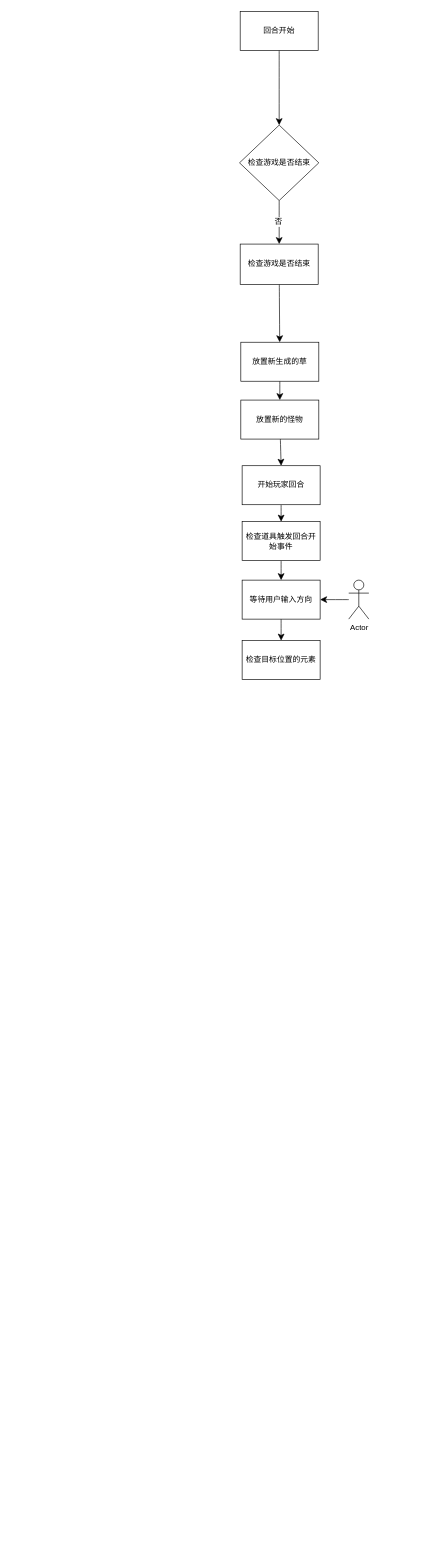
Above: files/round.drawio in yulihzn/drawio (draw.io), before the change. Source tidied: cells renumbered, new cells numbered last; positions are measured from the earlier drawing's top-left corner, leaving out a move shared by most shapes. Both pictures are drawn from the tidied source at 65%, with x=0, y=0 at pixel (239, 11).
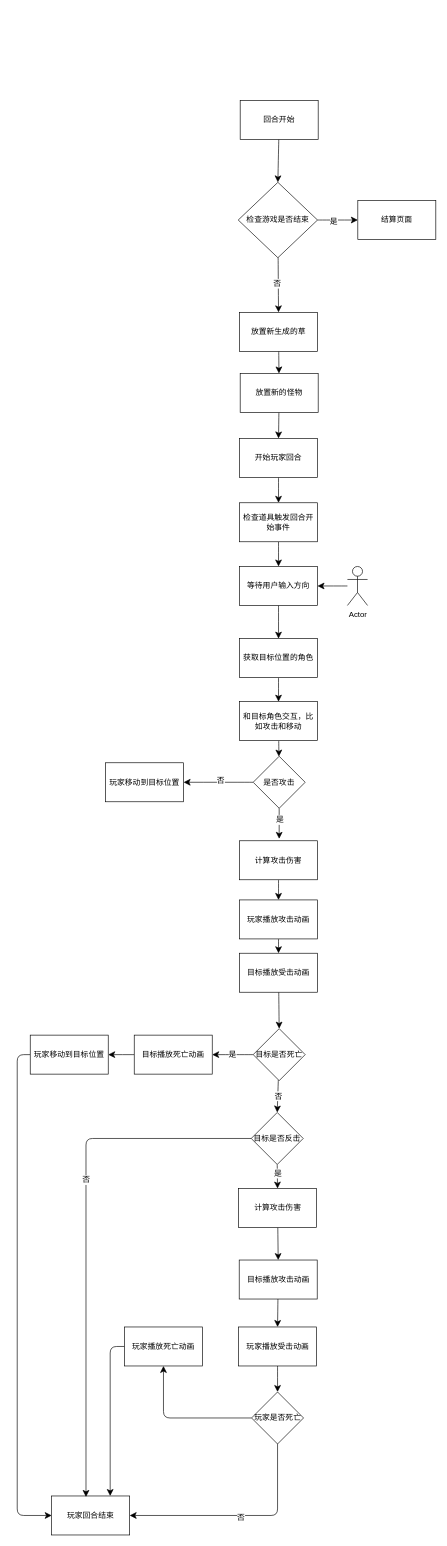
Above is the later version.

What changed in the source:
```diff
@@
     <mxCell id="3" value="回合开始" style="whiteSpace=wrap;html=1;" parent="1" vertex="1">
-      <mxGeometry x="1" width="120" height="60" as="geometry" />
+      <mxGeometry x="1" y="137" width="120" height="60" as="geometry" />
     </mxCell>
-    <mxCell id="4" style="edgeStyle=none;curved=1;rounded=0;jettySize=auto;html=1;fontSize=12;startSize=8;endSize=8;" parent="1" edge="1" source="5" target="7">
-      <mxGeometry relative="1" as="geometry" />
-    </mxCell>
-    <mxCell id="5" value="检查游戏是否结束" style="whiteSpace=wrap;html=1;" parent="1" vertex="1">
-      <mxGeometry x="1" y="358" width="120" height="62" as="geometry" />
-    </mxCell>
@@
     <mxCell id="7" value="放置新生成的草" style="whiteSpace=wrap;html=1;" parent="1" vertex="1">
-      <mxGeometry x="2" y="509" width="120" height="60" as="geometry" />
+      <mxGeometry y="463" width="120" height="60" as="geometry" />
     </mxCell>
@@
     <mxCell id="9" value="放置新的怪物" style="whiteSpace=wrap;html=1;" parent="1" vertex="1">
-      <mxGeometry x="2" y="598" width="120" height="60" as="geometry" />
+      <mxGeometry x="1" y="557" width="120" height="60" as="geometry" />
     </mxCell>
-    <mxCell id="10" style="edgeStyle=none;curved=1;rounded=0;jettySize=auto;html=1;entryX=0.5;entryY=0;entryDx=0;entryDy=0;fontSize=12;startSize=8;endSize=8;" parent="1" edge="1" source="12" target="5">
+    <mxCell id="10" style="edgeStyle=none;curved=1;rounded=0;jettySize=auto;html=1;entryX=0.5;entryY=0;entryDx=0;entryDy=0;fontSize=12;startSize=8;endSize=8;" parent="1" edge="1" source="12" target="7">
       <mxGeometry relative="1" as="geometry" />
     </mxCell>
@@
+    <mxCell id="22" style="edgeStyle=none;curved=1;rounded=0;jettySize=auto;html=1;fontSize=12;startSize=8;endSize=8;entryX=0;entryY=0.5;entryDx=0;entryDy=0;" parent="1" edge="1" source="12" target="25">
+      <mxGeometry relative="1" as="geometry" />
+    </mxCell>
+    <mxCell id="23" value="是" style="edgeLabel;html=1;align=center;verticalAlign=middle;fontSize=12;" parent="22" vertex="1">
+      <mxGeometry x="-0.23" y="-2" relative="1" as="geometry" />
+    </mxCell>
     <mxCell id="12" value="检查游戏是否结束" style="rhombus;whiteSpace=wrap;html=1;" parent="1" vertex="1">
-      <mxGeometry y="175" width="122" height="116" as="geometry" />
+      <mxGeometry x="-2" y="263" width="122" height="116" as="geometry" />
     </mxCell>
@@
     <mxCell id="14" value="开始玩家回合" style="whiteSpace=wrap;html=1;" parent="1" vertex="1">
-      <mxGeometry x="4" y="699" width="120" height="60" as="geometry" />
+      <mxGeometry y="657" width="120" height="60" as="geometry" />
     </mxCell>
@@
     <mxCell id="16" value="检查道具触发回合开始事件" style="whiteSpace=wrap;html=1;" parent="1" vertex="1">
-      <mxGeometry x="4" y="785" width="120" height="60" as="geometry" />
+      <mxGeometry y="756" width="120" height="60" as="geometry" />
     </mxCell>
@@
     <mxCell id="18" value="等待用户输入方向" style="whiteSpace=wrap;html=1;" parent="1" vertex="1">
-      <mxGeometry x="4" y="875" width="120" height="60" as="geometry" />
+      <mxGeometry y="854" width="120" height="60" as="geometry" />
     </mxCell>
@@
     <mxCell id="20" value="Actor" style="shape=umlActor;verticalLabelPosition=bottom;verticalAlign=top;html=1;outlineConnect=0;" parent="1" vertex="1">
-      <mxGeometry x="168" y="875" width="31" height="60" as="geometry" />
+      <mxGeometry x="166" y="854" width="31" height="60" as="geometry" />
     </mxCell>
+    <mxCell id="24" style="edgeStyle=none;curved=1;rounded=0;jettySize=auto;html=1;fontSize=12;startSize=8;endSize=8;" parent="1" edge="1" source="21" target="27">
+      <mxGeometry relative="1" as="geometry" />
+    </mxCell>
-    <mxCell id="21" value="检查目标位置的元素" style="whiteSpace=wrap;html=1;" parent="1" vertex="1">
-      <mxGeometry x="4" y="968" width="120" height="60" as="geometry" />
+    <mxCell id="21" value="获取目标位置的角色" style="whiteSpace=wrap;html=1;" parent="1" vertex="1">
+      <mxGeometry y="965" width="120" height="60" as="geometry" />
     </mxCell>
+    <mxCell id="25" value="结算页面" style="rounded=0;whiteSpace=wrap;html=1;" parent="1" vertex="1">
+      <mxGeometry x="182" y="291" width="120" height="60" as="geometry" />
+    </mxCell>
+    <mxCell id="26" style="edgeStyle=none;curved=1;rounded=0;jettySize=auto;html=1;fontSize=12;startSize=8;endSize=8;" parent="1" edge="1" source="27" target="32">
+      <mxGeometry relative="1" as="geometry" />
+    </mxCell>
+    <mxCell id="27" value="和目标角色交互，比如攻击和移动" style="rounded=0;whiteSpace=wrap;html=1;" parent="1" vertex="1">
+      <mxGeometry y="1062" width="120" height="60" as="geometry" />
+    </mxCell>
+    <mxCell id="28" style="edgeStyle=none;curved=1;rounded=0;jettySize=auto;html=1;exitX=0.5;exitY=1;exitDx=0;exitDy=0;entryX=0.5;entryY=0;entryDx=0;entryDy=0;fontSize=12;startSize=8;endSize=8;" parent="1" edge="1" source="32">
+      <mxGeometry relative="1" as="geometry">
+        <mxPoint x="61" y="1273" as="targetPoint" />
+      </mxGeometry>
+    </mxCell>
+    <mxCell id="29" value="是" style="edgeLabel;html=1;align=center;verticalAlign=middle;fontSize=12;" parent="28" vertex="1">
+      <mxGeometry x="-0.27" relative="1" as="geometry" />
+    </mxCell>
+    <mxCell id="30" style="edgeStyle=none;curved=1;rounded=0;jettySize=auto;html=1;entryX=1;entryY=0.5;entryDx=0;entryDy=0;fontSize=12;startSize=8;endSize=8;" parent="1" edge="1" source="32" target="47">
+      <mxGeometry relative="1" as="geometry" />
+    </mxCell>
+    <mxCell id="31" value="否" style="edgeLabel;html=1;align=center;verticalAlign=middle;fontSize=12;" parent="30" vertex="1">
+      <mxGeometry x="-0.05" y="-3" relative="1" as="geometry" />
+    </mxCell>
+    <mxCell id="32" value="是否攻击" style="rhombus;whiteSpace=wrap;html=1;" parent="1" vertex="1">
+      <mxGeometry x="21" y="1146" width="80" height="80" as="geometry" />
+    </mxCell>
+    <mxCell id="33" value="是" style="edgeStyle=none;curved=1;rounded=0;jettySize=auto;html=1;entryX=1;entryY=0.5;entryDx=0;entryDy=0;fontSize=12;startSize=8;endSize=8;" parent="1" edge="1" source="36" target="38">
+      <mxGeometry relative="1" as="geometry" />
+    </mxCell>
+    <mxCell id="34" style="edgeStyle=none;curved=1;rounded=0;jettySize=auto;html=1;entryX=0.5;entryY=0;entryDx=0;entryDy=0;fontSize=12;startSize=8;endSize=8;" parent="1" edge="1" source="36" target="63">
+      <mxGeometry relative="1" as="geometry" />
+    </mxCell>
+    <mxCell id="35" value="否" style="edgeLabel;html=1;align=center;verticalAlign=middle;fontSize=12;" parent="34" vertex="1">
+      <mxGeometry x="-0.01" y="1" relative="1" as="geometry" />
+    </mxCell>
+    <mxCell id="36" value="目标是否死亡" style="rhombus;whiteSpace=wrap;html=1;" parent="1" vertex="1">
+      <mxGeometry x="21" y="1565" width="80" height="80" as="geometry" />
+    </mxCell>
+    <mxCell id="37" style="edgeStyle=none;curved=1;rounded=0;jettySize=auto;html=1;entryX=1;entryY=0.5;entryDx=0;entryDy=0;fontSize=12;startSize=8;endSize=8;" parent="1" edge="1" source="38" target="42">
+      <mxGeometry relative="1" as="geometry" />
+    </mxCell>
+    <mxCell id="38" value="目标播放死亡动画" style="rounded=0;whiteSpace=wrap;html=1;" parent="1" vertex="1">
+      <mxGeometry x="-162" y="1575" width="120" height="60" as="geometry" />
+    </mxCell>
+    <mxCell id="39" style="edgeStyle=none;curved=1;rounded=0;jettySize=auto;html=1;entryX=0.5;entryY=0;entryDx=0;entryDy=0;fontSize=12;startSize=8;endSize=8;" parent="1" edge="1" source="40" target="44">
+      <mxGeometry relative="1" as="geometry" />
+    </mxCell>
+    <mxCell id="40" value="计算攻击伤害" style="rounded=0;whiteSpace=wrap;html=1;" parent="1" vertex="1">
+      <mxGeometry y="1276" width="120" height="60" as="geometry" />
+    </mxCell>
+    <mxCell id="41" style="edgeStyle=orthogonalEdgeStyle;rounded=1;jettySize=auto;html=1;exitX=0;exitY=0.5;exitDx=0;exitDy=0;entryX=0;entryY=0.5;entryDx=0;entryDy=0;fontSize=12;startSize=8;endSize=8;curved=0;" parent="1" edge="1" source="42" target="62">
+      <mxGeometry relative="1" as="geometry" />
+    </mxCell>
+    <mxCell id="42" value="玩家移动到目标位置" style="rounded=0;whiteSpace=wrap;html=1;" parent="1" vertex="1">
+      <mxGeometry x="-322" y="1575" width="120" height="60" as="geometry" />
+    </mxCell>
+    <mxCell id="43" style="edgeStyle=none;curved=1;rounded=0;jettySize=auto;html=1;entryX=0.5;entryY=0;entryDx=0;entryDy=0;fontSize=12;startSize=8;endSize=8;" parent="1" edge="1" source="44" target="46">
+      <mxGeometry relative="1" as="geometry" />
+    </mxCell>
+    <mxCell id="44" value="玩家播放攻击动画" style="rounded=0;whiteSpace=wrap;html=1;" parent="1" vertex="1">
+      <mxGeometry y="1367" width="120" height="60" as="geometry" />
+    </mxCell>
+    <mxCell id="45" style="edgeStyle=none;curved=1;rounded=0;jettySize=auto;html=1;entryX=0.5;entryY=0;entryDx=0;entryDy=0;fontSize=12;startSize=8;endSize=8;" parent="1" edge="1" source="46" target="36">
+      <mxGeometry relative="1" as="geometry" />
+    </mxCell>
+    <mxCell id="46" value="目标播放受击动画" style="rounded=0;whiteSpace=wrap;html=1;" parent="1" vertex="1">
+      <mxGeometry y="1449" width="120" height="60" as="geometry" />
+    </mxCell>
+    <mxCell id="47" value="玩家移动到目标位置" style="rounded=0;whiteSpace=wrap;html=1;" parent="1" vertex="1">
+      <mxGeometry x="-206" y="1156" width="120" height="60" as="geometry" />
+    </mxCell>
+    <mxCell id="48" style="edgeStyle=none;curved=1;rounded=0;jettySize=auto;html=1;entryX=0.5;entryY=0;entryDx=0;entryDy=0;fontSize=12;startSize=8;endSize=8;exitX=0.5;exitY=1;exitDx=0;exitDy=0;" parent="1" edge="1" source="63" target="51">
+      <mxGeometry relative="1" as="geometry" />
+    </mxCell>
+    <mxCell id="49" value="是" style="edgeLabel;html=1;align=center;verticalAlign=middle;fontSize=12;" parent="48" vertex="1">
+      <mxGeometry x="-0.27" relative="1" as="geometry" />
+    </mxCell>
+    <mxCell id="50" style="edgeStyle=none;curved=1;rounded=0;jettySize=auto;html=1;entryX=0.5;entryY=0;entryDx=0;entryDy=0;fontSize=12;startSize=8;endSize=8;" parent="1" edge="1" source="51" target="53">
+      <mxGeometry relative="1" as="geometry" />
+    </mxCell>
+    <mxCell id="51" value="计算攻击伤害" style="rounded=0;whiteSpace=wrap;html=1;" parent="1" vertex="1">
+      <mxGeometry x="-1.5" y="1811" width="120" height="60" as="geometry" />
+    </mxCell>
+    <mxCell id="52" style="edgeStyle=none;curved=1;rounded=0;jettySize=auto;html=1;entryX=0.5;entryY=0;entryDx=0;entryDy=0;fontSize=12;startSize=8;endSize=8;" parent="1" edge="1" source="53" target="55">
+      <mxGeometry relative="1" as="geometry" />
+    </mxCell>
+    <mxCell id="53" value="目标播放攻击动画" style="rounded=0;whiteSpace=wrap;html=1;" parent="1" vertex="1">
+      <mxGeometry x="-0.5" y="1921" width="120" height="60" as="geometry" />
+    </mxCell>
+    <mxCell id="54" style="edgeStyle=none;curved=1;rounded=0;jettySize=auto;html=1;entryX=0.5;entryY=0;entryDx=0;entryDy=0;fontSize=12;startSize=8;endSize=8;" parent="1" edge="1" source="55" target="59">
+      <mxGeometry relative="1" as="geometry" />
+    </mxCell>
+    <mxCell id="55" value="玩家播放受击动画" style="rounded=0;whiteSpace=wrap;html=1;" parent="1" vertex="1">
+      <mxGeometry x="-1.5" y="2024" width="120" height="60" as="geometry" />
+    </mxCell>
+    <mxCell id="56" style="edgeStyle=orthogonalEdgeStyle;rounded=1;jettySize=auto;html=1;exitX=0.5;exitY=1;exitDx=0;exitDy=0;entryX=1;entryY=0.5;entryDx=0;entryDy=0;fontSize=12;startSize=8;endSize=8;curved=0;" parent="1" edge="1" source="59" target="62">
+      <mxGeometry relative="1" as="geometry" />
+    </mxCell>
+    <mxCell id="57" value="否" style="edgeLabel;html=1;align=center;verticalAlign=middle;fontSize=12;" parent="56" vertex="1">
+      <mxGeometry x="-0.01" y="2" relative="1" as="geometry" />
+    </mxCell>
+    <mxCell id="58" style="edgeStyle=orthogonalEdgeStyle;rounded=1;jettySize=auto;html=1;exitX=0;exitY=0.5;exitDx=0;exitDy=0;entryX=0.5;entryY=1;entryDx=0;entryDy=0;fontSize=12;startSize=8;endSize=8;" parent="1" edge="1" source="59" target="61">
+      <mxGeometry relative="1" as="geometry" />
+    </mxCell>
+    <mxCell id="59" value="玩家是否死亡" style="rhombus;whiteSpace=wrap;html=1;" parent="1" vertex="1">
+      <mxGeometry x="18.5" y="2124" width="80" height="80" as="geometry" />
+    </mxCell>
+    <mxCell id="60" style="edgeStyle=orthogonalEdgeStyle;rounded=1;jettySize=auto;html=1;exitX=0;exitY=0.5;exitDx=0;exitDy=0;entryX=0.75;entryY=0;entryDx=0;entryDy=0;fontSize=12;startSize=8;endSize=8;curved=0;" parent="1" edge="1" source="61" target="62">
+      <mxGeometry relative="1" as="geometry" />
+    </mxCell>
+    <mxCell id="61" value="玩家播放死亡动画" style="rounded=0;whiteSpace=wrap;html=1;" parent="1" vertex="1">
+      <mxGeometry x="-177" y="2024" width="120" height="60" as="geometry" />
+    </mxCell>
+    <mxCell id="62" value="玩家回合结束" style="rounded=0;whiteSpace=wrap;html=1;" parent="1" vertex="1">
+      <mxGeometry x="-289" y="2284" width="120" height="60" as="geometry" />
+    </mxCell>
+    <mxCell id="63" value="目标是否反击" style="rhombus;whiteSpace=wrap;html=1;" parent="1" vertex="1">
+      <mxGeometry x="18" y="1694" width="80" height="80" as="geometry" />
+    </mxCell>
+    <mxCell id="64" style="edgeStyle=orthogonalEdgeStyle;rounded=1;jettySize=auto;html=1;exitX=0;exitY=0.5;exitDx=0;exitDy=0;entryX=0.44;entryY=0.024;entryDx=0;entryDy=0;entryPerimeter=0;fontSize=12;startSize=8;endSize=8;" parent="1" edge="1" source="63" target="62">
+      <mxGeometry relative="1" as="geometry" />
+    </mxCell>
+    <mxCell id="65" value="否" style="edgeLabel;html=1;align=center;verticalAlign=middle;fontSize=12;" parent="64" vertex="1">
+      <mxGeometry x="-0.21" relative="1" as="geometry" />
+    </mxCell>
```
